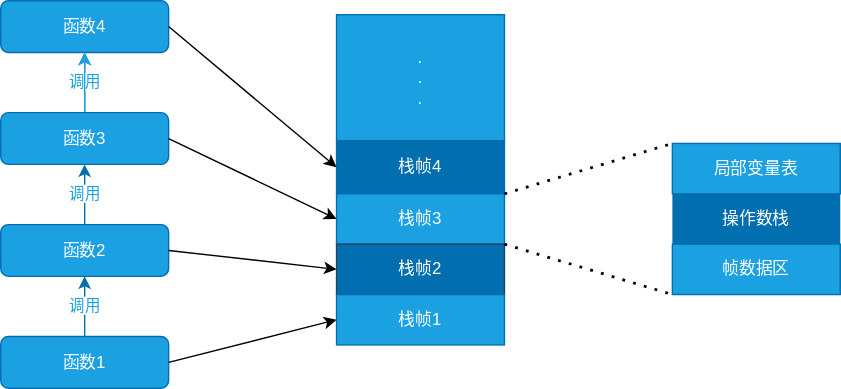
The draw.io diagram Java/AdvancedLearning/img/002-method-stack.drawio.svg in Kuangcp/Note, before a commit. Source tidied: cells renumbered, new cells last; positions are measured from the earlier drawing's top-left corner, leaving out a move shared by most shapes.
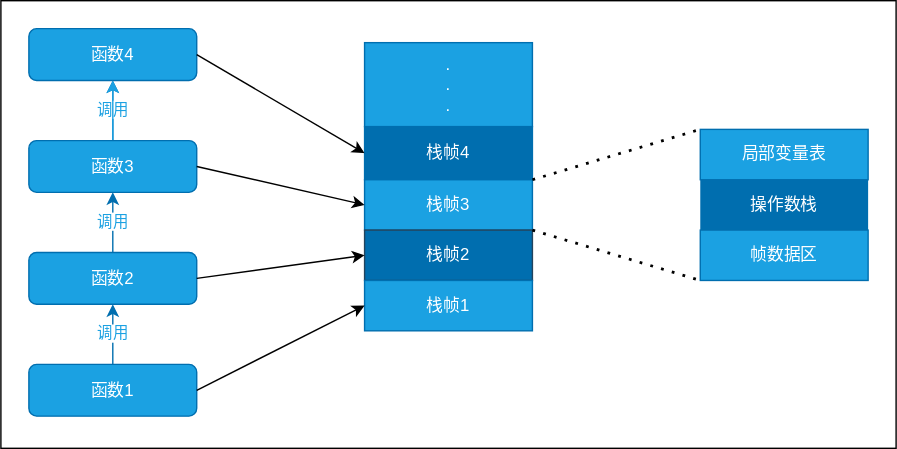
The same diagram one commit later.

Diff of the diagram source:
```diff
@@ -2,6 +2,9 @@
   <root>
     <mxCell id="0" />
     <mxCell id="1" parent="0" />
+    <mxCell id="24" style="rounded=0;whiteSpace=wrap;html=1;fillColor=none;" parent="1" vertex="1">
+      <mxGeometry x="-20" y="10" width="640" height="320" as="geometry" />
+    </mxCell>
     <mxCell id="2" value="栈帧4" style="rounded=0;whiteSpace=wrap;html=1;strokeColor=#006EAF;fontColor=#ffffff;fillColor=#006EAF;" parent="1" vertex="1">
       <mxGeometry x="240" y="100" width="120" height="38" as="geometry" />
     </mxCell>
@@ -15,10 +18,10 @@
       <mxGeometry x="240" y="210" width="120" height="36" as="geometry" />
     </mxCell>
     <mxCell id="6" value=".&lt;br&gt;.&lt;br&gt;." style="rounded=0;whiteSpace=wrap;html=1;fillColor=#1ba1e2;strokeColor=#006EAF;fontColor=#FFFFFF;" parent="1" vertex="1">
-      <mxGeometry x="240" y="10" width="120" height="90" as="geometry" />
+      <mxGeometry x="240" y="40" width="120" height="60" as="geometry" />
     </mxCell>
     <mxCell id="7" value="函数4" style="rounded=1;whiteSpace=wrap;html=1;fillColor=#1ba1e2;strokeColor=#006EAF;fontColor=#ffffff;" parent="1" vertex="1">
-      <mxGeometry width="120" height="37" as="geometry" />
+      <mxGeometry y="30" width="120" height="37" as="geometry" />
     </mxCell>
     <mxCell id="8" value="调用" style="edgeStyle=orthogonalEdgeStyle;rounded=0;jettySize=auto;html=1;fillColor=#1ba1e2;strokeColor=#006EAF;fontColor=#1BA1E2;" parent="1" edge="1" source="10" target="7">
       <mxGeometry relative="1" as="geometry" />
@@ -27,19 +30,19 @@
       <mxGeometry relative="1" as="geometry" />
     </mxCell>
     <mxCell id="10" value="函数3" style="rounded=1;whiteSpace=wrap;html=1;fillColor=#1ba1e2;strokeColor=#006EAF;fontColor=#ffffff;" parent="1" vertex="1">
-      <mxGeometry y="80" width="120" height="37" as="geometry" />
+      <mxGeometry y="110" width="120" height="37" as="geometry" />
     </mxCell>
     <mxCell id="11" value="调用" style="edgeStyle=orthogonalEdgeStyle;rounded=0;jettySize=auto;html=1;fillColor=#1ba1e2;strokeColor=#006EAF;exitX=0.5;exitY=0;exitDx=0;exitDy=0;fontColor=#1BA1E2;" parent="1" edge="1" source="12" target="10">
       <mxGeometry relative="1" as="geometry" />
     </mxCell>
     <mxCell id="12" value="函数2" style="rounded=1;whiteSpace=wrap;html=1;fillColor=#1ba1e2;strokeColor=#006EAF;fontColor=#ffffff;" parent="1" vertex="1">
-      <mxGeometry y="160" width="120" height="37" as="geometry" />
+      <mxGeometry y="190" width="120" height="37" as="geometry" />
     </mxCell>
     <mxCell id="13" value="调用" style="edgeStyle=orthogonalEdgeStyle;rounded=0;jettySize=auto;html=1;fillColor=#1ba1e2;strokeColor=#006EAF;fontColor=#1BA1E2;" parent="1" edge="1" source="14" target="12">
       <mxGeometry relative="1" as="geometry" />
     </mxCell>
     <mxCell id="14" value="函数1" style="rounded=1;whiteSpace=wrap;html=1;fillColor=#1ba1e2;strokeColor=#006EAF;fontColor=#ffffff;" parent="1" vertex="1">
-      <mxGeometry y="240" width="120" height="37" as="geometry" />
+      <mxGeometry y="270" width="120" height="37" as="geometry" />
     </mxCell>
     <mxCell id="15" style="endArrow=classic;html=1;exitX=1;exitY=0.5;exitDx=0;exitDy=0;entryX=0;entryY=0.5;entryDx=0;entryDy=0;" parent="1" edge="1" source="14" target="5">
       <mxGeometry relative="1" as="geometry" />
```
